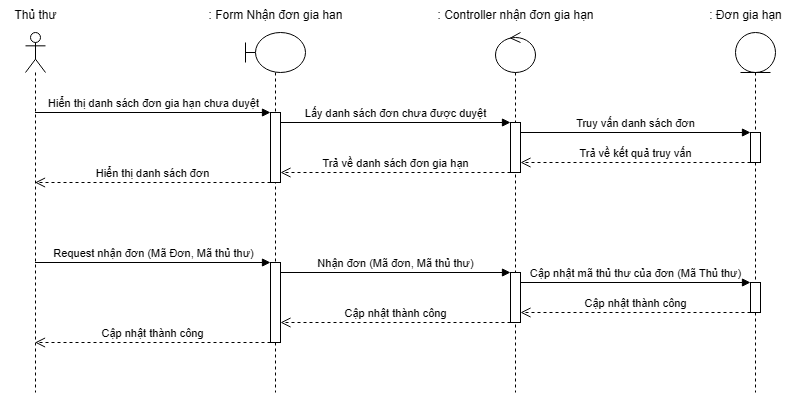
Before: Sequence Diagram/UC Gia hạn sách/Actor Thủ thư - Nhận đơn gia hạn.png, a diagram exported from draw.io (kimcuongdev/LibrarySystemAD). Source tidied: cells renumbered, new cells last; positions are measured from the earlier drawing's top-left corner, leaving out a move shared by most shapes.
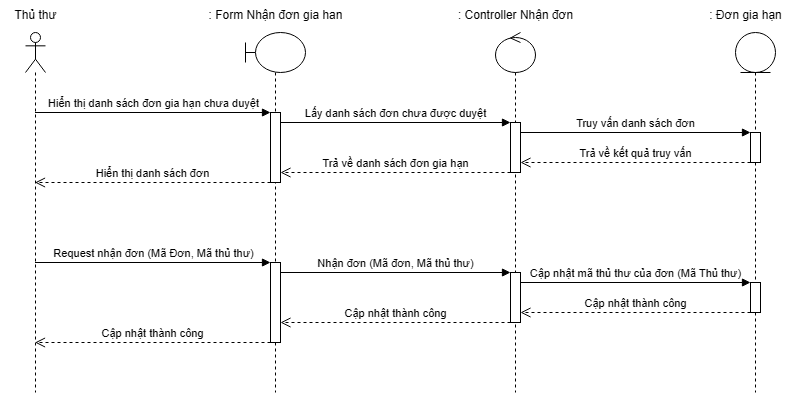
The same file after the commit.

The edit, as a diff of the source:
```diff
@@ -110,8 +110,8 @@
     <mxCell id="25" value=": Form Nhận đơn gia han" style="text;html=1;align=center;verticalAlign=middle;strokeColor=none;fillColor=none;" parent="1" vertex="1">
       <mxGeometry x="195" width="160" height="30" as="geometry" />
     </mxCell>
-    <mxCell id="26" value=": Controller nhận đơn gia hạn" style="text;html=1;align=center;verticalAlign=middle;strokeColor=none;fillColor=none;" parent="1" vertex="1">
-      <mxGeometry x="425" width="180" height="30" as="geometry" />
+    <mxCell id="26" value=": Controller Nhận đơn" style="text;html=1;align=center;verticalAlign=middle;strokeColor=none;fillColor=none;" parent="1" vertex="1">
+      <mxGeometry x="445" width="140" height="30" as="geometry" />
     </mxCell>
     <mxCell id="27" value=": Đơn gia hạn" style="text;html=1;align=center;verticalAlign=middle;strokeColor=none;fillColor=none;" parent="1" vertex="1">
       <mxGeometry x="695" width="100" height="30" as="geometry" />
```
